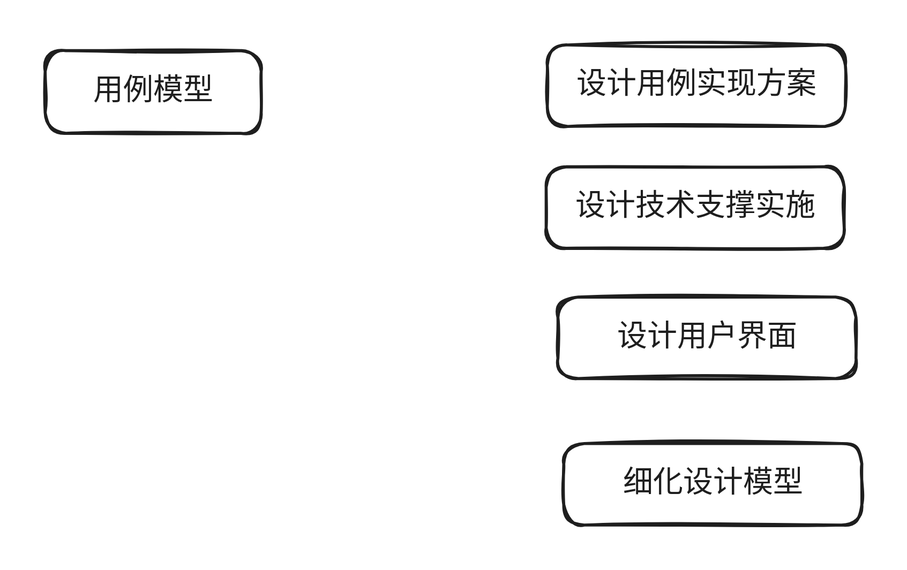
The Excalidraw diagram .gitbook/assets/file.excalidraw (2).svg in xiaotaonan/SystemArchitect, before a commit. Source tidied: one line per element, renumbered; positions are measured from the earlier drawing's top-left corner, leaving out a move shared by most shapes.
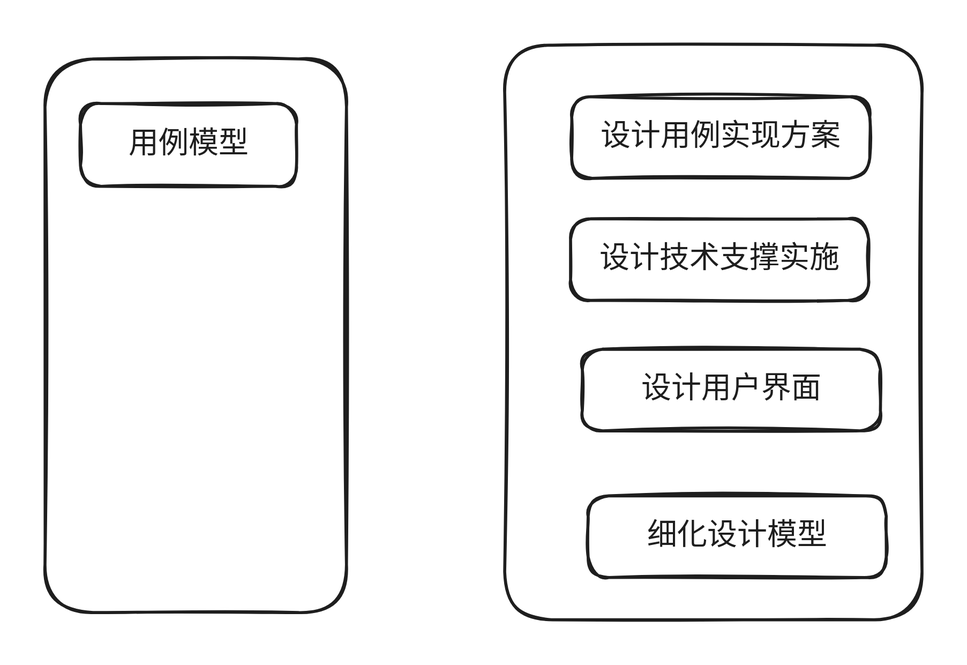
After the change.

Commit message:
GITBOOK-68: No subject

Change to the diagram source:
```diff
@@ -1,5 +1,5 @@
-{"id": 0, "type": "rectangle", "strokeColor": "#1e1e1e", "strokeWidth": 2, "roughness": 1, "round": true, "x": 0, "y": 4, "width": 144, "height": 55}
+{"id": 0, "type": "rectangle", "strokeColor": "#1e1e1e", "strokeWidth": 2, "roughness": 1, "round": true, "x": 7, "y": 5, "width": 144, "height": 55}
-{"id": 1, "type": "text", "text": "用例模型", "strokeColor": "#1e1e1e", "strokeWidth": 2, "roughness": 1, "fontSize": 20, "fontFamily": 5, "textAlign": "center", "verticalAlign": "middle", "inside": 0, "x": 32, "y": 19, "width": 80, "height": 25}
+{"id": 1, "type": "text", "text": "用例模型", "strokeColor": "#1e1e1e", "strokeWidth": 2, "roughness": 1, "fontSize": 20, "fontFamily": 5, "textAlign": "center", "verticalAlign": "middle", "inside": 0, "x": 39, "y": 20, "width": 80, "height": 25}
 {"id": 2, "type": "rectangle", "strokeColor": "#1e1e1e", "strokeWidth": 2, "roughness": 1, "round": true, "x": 335, "y": 0, "width": 199, "height": 54}
 {"id": 3, "type": "text", "text": "设计用例实现方案", "strokeColor": "#1e1e1e", "strokeWidth": 2, "roughness": 1, "fontSize": 20, "fontFamily": 5, "textAlign": "center", "verticalAlign": "middle", "inside": 2, "x": 354, "y": 15, "width": 160, "height": 25}
 {"id": 4, "type": "rectangle", "strokeColor": "#1e1e1e", "strokeWidth": 2, "roughness": 1, "round": true, "x": 334, "y": 81, "width": 199, "height": 54}
@@ -8,3 +8,5 @@
 {"id": 7, "type": "text", "text": "设计用户界面", "strokeColor": "#1e1e1e", "strokeWidth": 2, "roughness": 1, "fontSize": 20, "fontFamily": 5, "textAlign": "center", "verticalAlign": "middle", "inside": 6, "x": 381, "y": 183, "width": 120, "height": 25}
 {"id": 8, "type": "rectangle", "strokeColor": "#1e1e1e", "strokeWidth": 2, "roughness": 1, "round": true, "x": 346, "y": 266, "width": 199, "height": 54}
 {"id": 9, "type": "text", "text": "细化设计模型", "strokeColor": "#1e1e1e", "strokeWidth": 2, "roughness": 1, "fontSize": 20, "fontFamily": 5, "textAlign": "center", "verticalAlign": "middle", "inside": 8, "x": 385, "y": 281, "width": 120, "height": 25}
+{"id": 10, "type": "rectangle", "strokeColor": "#1e1e1e", "strokeWidth": 2, "roughness": 1, "round": true, "x": -16, "y": -25, "width": 201, "height": 369}
+{"id": 11, "type": "rectangle", "strokeColor": "#1e1e1e", "strokeWidth": 2, "roughness": 1, "round": true, "x": 290, "y": -34, "width": 278, "height": 383}
```
